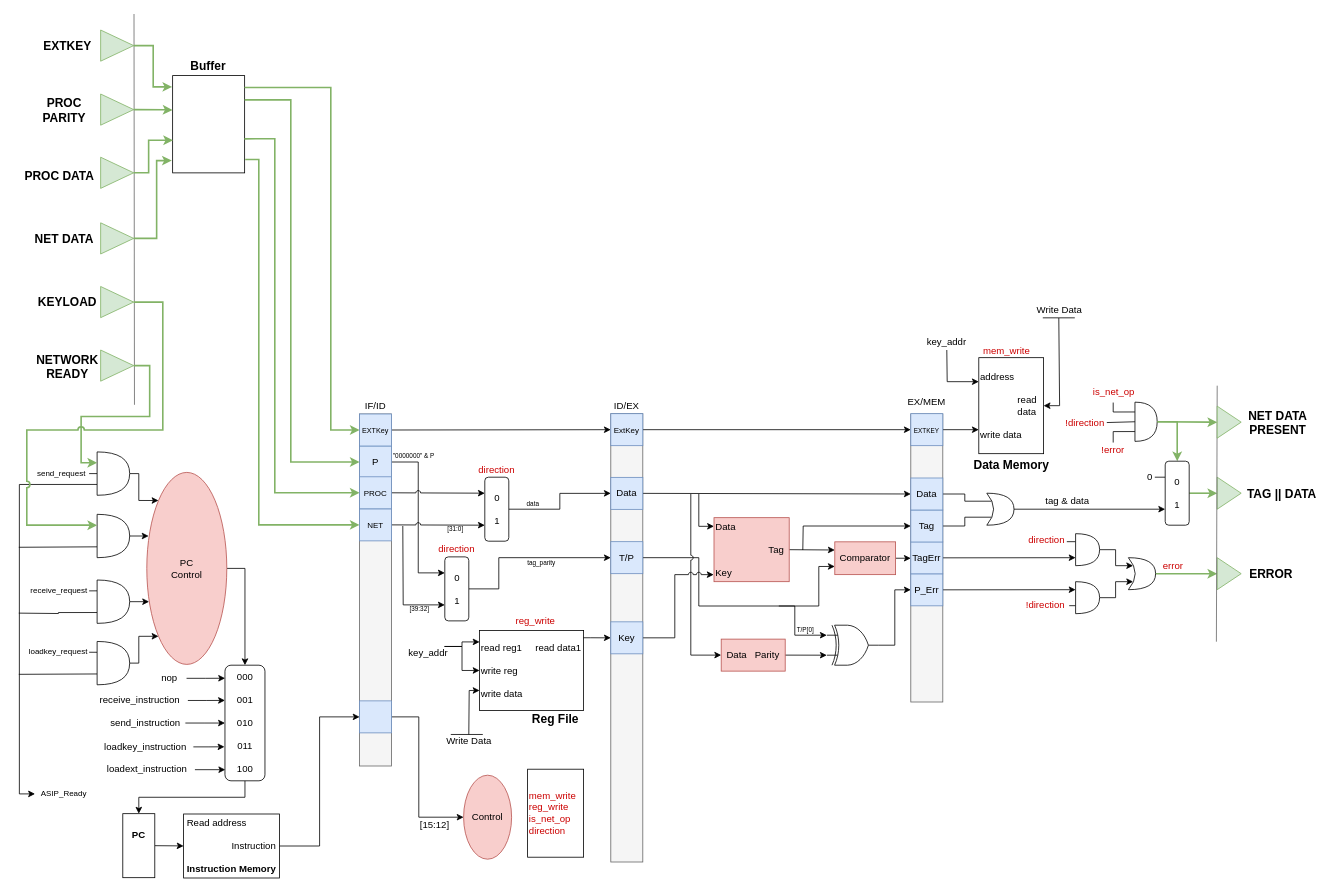
featherbear/UNSW-COMP3211 keeps this draw.io diagram as overall.drawio. Above is the earlier version. Source tidied: cells renumbered, new cells numbered last; positions are measured from the earlier drawing's top-left corner, leaving out a move shared by most shapes. Both pictures are drawn from the tidied source at 80%, with x=0, y=0 at pixel (18, 14).
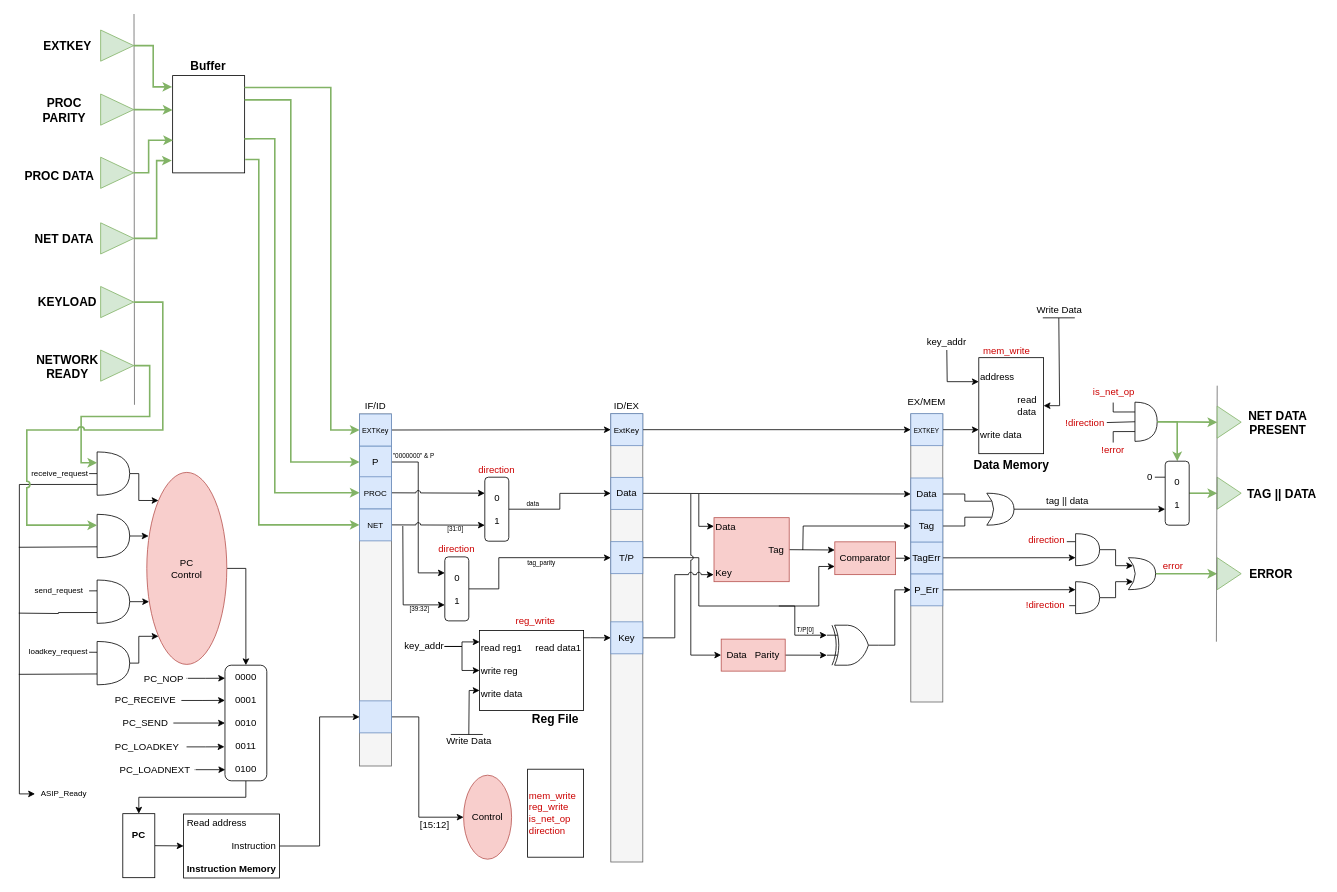
The same diagram, later.

Change to the diagram source:
```diff
@@
-    <mxCell id="93" value="&lt;div&gt;000&lt;/div&gt;&lt;div&gt;&lt;br&gt;&lt;/div&gt;&lt;div&gt;001&lt;/div&gt;&lt;div&gt;&lt;br&gt;&lt;/div&gt;&lt;div&gt;010&lt;/div&gt;&lt;div&gt;&lt;br&gt;&lt;/div&gt;&lt;div&gt;011&lt;/div&gt;&lt;div&gt;&lt;br&gt;&lt;/div&gt;&lt;div&gt;100&lt;/div&gt;" style="rounded=1;whiteSpace=wrap;html=1;align=center;" parent="1" vertex="1">
-      <mxGeometry x="257.7" y="814" width="50" height="144.5" as="geometry" />
+    <mxCell id="93" value="&lt;div&gt;0000&lt;/div&gt;&lt;div&gt;&lt;br&gt;&lt;/div&gt;&lt;div&gt;0001&lt;/div&gt;&lt;div&gt;&lt;br&gt;&lt;/div&gt;&lt;div&gt;0010&lt;/div&gt;&lt;div&gt;&lt;br&gt;&lt;/div&gt;&lt;div&gt;0011&lt;/div&gt;&lt;div&gt;&lt;br&gt;&lt;/div&gt;&lt;div&gt;0100&lt;/div&gt;" style="rounded=1;whiteSpace=wrap;html=1;align=center;" parent="1" vertex="1">
+      <mxGeometry x="257.7" y="814" width="52.3" height="144.5" as="geometry" />
     </mxCell>
@@
-    <mxCell id="95" value="nop" style="text;html=1;align=center;verticalAlign=middle;strokeColor=#FFFFFF;" parent="1" vertex="1">
-      <mxGeometry x="167.7" y="820.4" width="40" height="20" as="geometry" />
+    <mxCell id="95" value="PC_NOP" style="text;html=1;align=center;verticalAlign=middle;strokeColor=#FFFFFF;" parent="1" vertex="1">
+      <mxGeometry x="150.6" y="821.4" width="60" height="20" as="geometry" />
     </mxCell>
@@
-    <mxCell id="97" value="receive_instruction" style="text;html=1;align=center;verticalAlign=middle;points=[];strokeColor=#FFFFFF;" parent="1" vertex="1">
-      <mxGeometry x="90.7" y="848.1" width="120" height="20" as="geometry" />
+    <mxCell id="97" value="PC_RECEIVE" style="text;html=1;align=center;verticalAlign=middle;points=[];strokeColor=#FFFFFF;" parent="1" vertex="1">
+      <mxGeometry x="112.7" y="848.1" width="90" height="20" as="geometry" />
     </mxCell>
@@
-    <mxCell id="103" value="loadkey_instruction" style="text;html=1;align=center;verticalAlign=middle;points=[];strokeColor=#FFFFFF;" parent="1" vertex="1">
-      <mxGeometry x="97.7" y="906.1" width="120" height="20" as="geometry" />
+    <mxCell id="103" value="PC_LOADKEY" style="text;html=1;align=center;verticalAlign=middle;points=[];" parent="1" vertex="1">
+      <mxGeometry x="109.7" y="906.1" width="100" height="20" as="geometry" />
     </mxCell>
@@
-    <mxCell id="105" value="send_instruction" style="text;html=1;align=center;verticalAlign=middle;points=[];strokeColor=#FFFFFF;" parent="1" vertex="1">
-      <mxGeometry x="107.7" y="876.3" width="100" height="20" as="geometry" />
+    <mxCell id="105" value="PC_SEND" style="text;html=1;align=center;verticalAlign=middle;points=[];strokeColor=#FFFFFF;" parent="1" vertex="1">
+      <mxGeometry x="122.7" y="876.3" width="70" height="20" as="geometry" />
     </mxCell>
@@
-    <mxCell id="107" value="loadext_instruction" style="text;html=1;align=center;verticalAlign=middle;strokeColor=#FFFFFF;" parent="1" vertex="1">
-      <mxGeometry x="99.7" y="933.6" width="120" height="20" as="geometry" />
+    <mxCell id="107" value="PC_LOADNEXT" style="text;html=1;align=center;verticalAlign=middle;strokeColor=#FFFFFF;" parent="1" vertex="1">
+      <mxGeometry x="120.4" y="934.5" width="100" height="20" as="geometry" />
     </mxCell>
@@
-    <mxCell id="148" value="send_request" style="text;html=1;align=center;verticalAlign=middle;fontSize=10;" parent="1" vertex="1">
-      <mxGeometry x="13.1" y="563.6" width="80" height="20" as="geometry" />
+    <mxCell id="148" value="receive_request" style="text;html=1;align=center;verticalAlign=middle;fontSize=10;" parent="1" vertex="1">
+      <mxGeometry x="6.1" y="563.6" width="90" height="20" as="geometry" />
     </mxCell>
-    <mxCell id="149" value="receive_request" style="text;html=1;align=center;verticalAlign=middle;fontSize=10;" parent="1" vertex="1">
-      <mxGeometry x="5.4" y="709.6" width="90" height="20" as="geometry" />
+    <mxCell id="149" value="send_request" style="text;html=1;align=center;verticalAlign=middle;fontSize=10;" parent="1" vertex="1">
+      <mxGeometry x="10.4" y="709.6" width="80" height="20" as="geometry" />
     </mxCell>
@@
     <mxCell id="160" value="key_addr" style="text;html=1;strokeColor=none;fillColor=none;align=center;verticalAlign=middle;whiteSpace=wrap;rounded=0;" parent="1" vertex="1">
-      <mxGeometry x="482.1" y="788.6" width="60" height="20" as="geometry" />
+      <mxGeometry x="477" y="779.6" width="60" height="20" as="geometry" />
     </mxCell>
@@
-    <mxCell id="167" value="tag &amp;amp; data" style="text;html=1;strokeColor=none;fillColor=none;align=center;verticalAlign=middle;whiteSpace=wrap;rounded=0;" parent="1" vertex="1">
+    <mxCell id="167" value="tag || data" style="text;html=1;strokeColor=none;fillColor=none;align=center;verticalAlign=middle;whiteSpace=wrap;rounded=0;" parent="1" vertex="1">
       <mxGeometry x="1281" y="599.2" width="60" height="20" as="geometry" />
     </mxCell>
```
